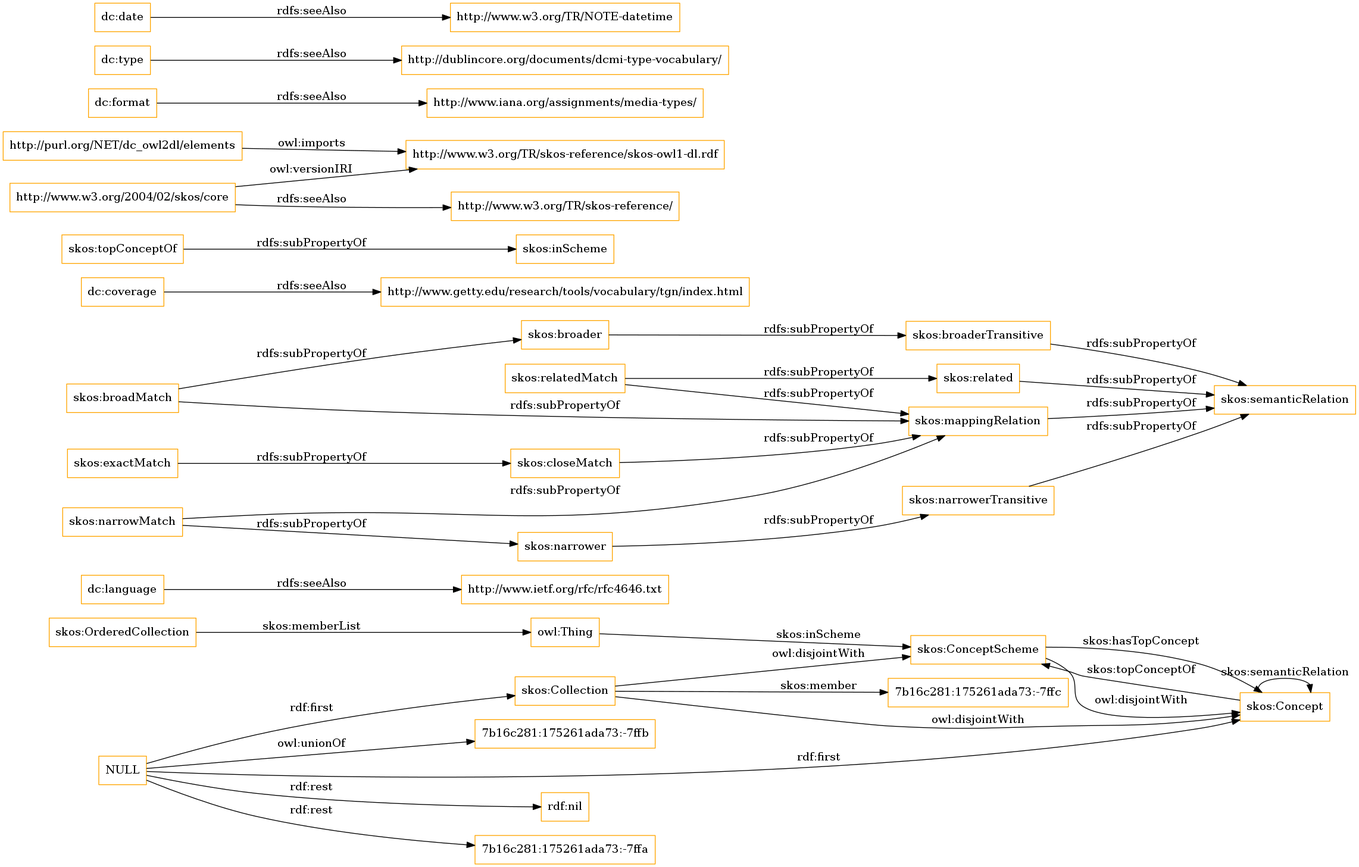
OnToologyUser/core-ontology-1 keeps this Graphviz diagram as OnToology/imports/elements.owl/diagrams/ar2dtool-class/elements.owl.png. Above is the earlier version. Its source is kept beside it as OnToology/imports/elements.owl/diagrams/ar2dtool-class/elements.owl.png.dot.
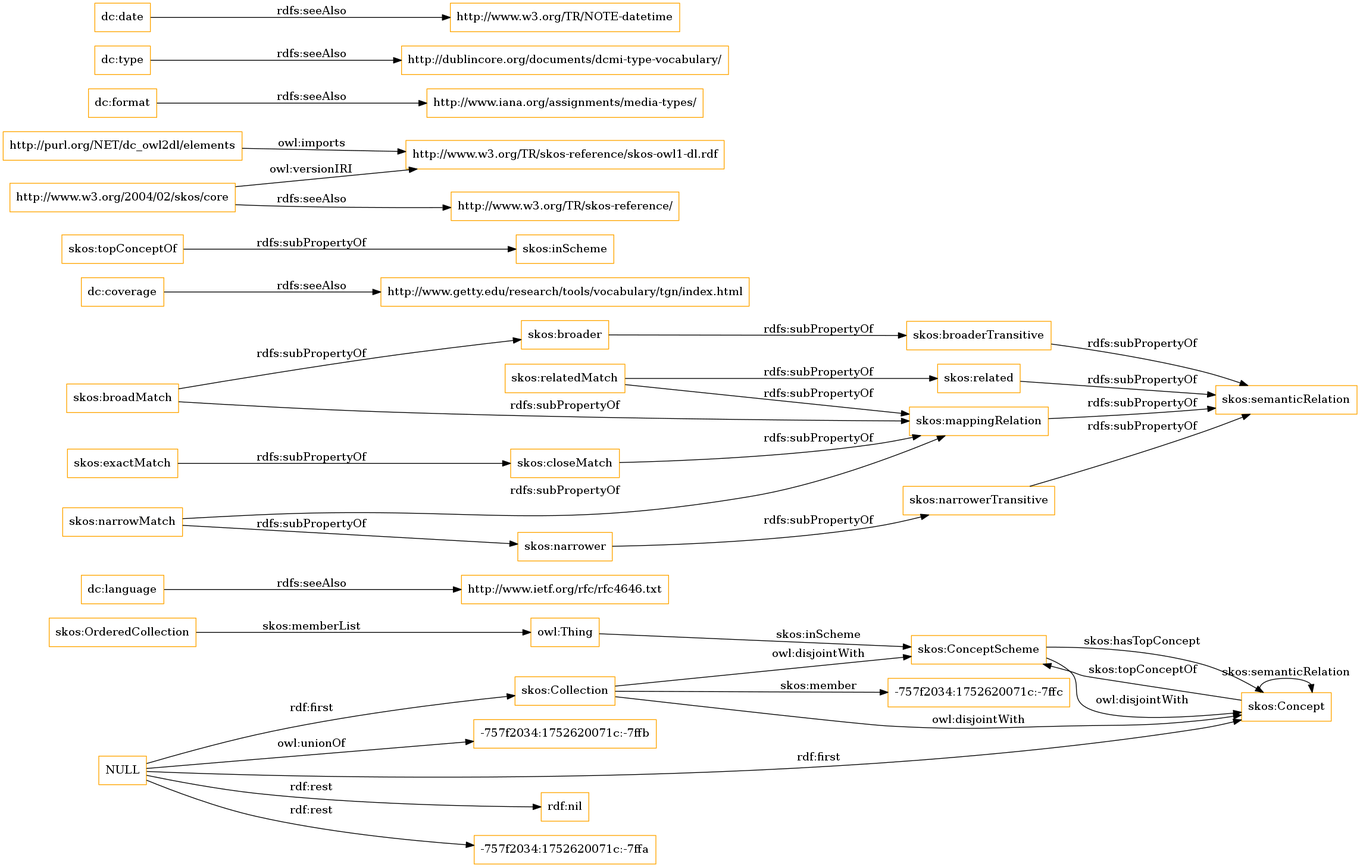
The same file after the commit.

What changed in the source:
```diff
@@ -1,13 +1,13 @@
 digraph ar2dtool_diagram {
 rankdir=LR;
 size="1501"
-node [shape = rectangle, color="orange"]; "7b16c281:175261ada73:-7ffc" "skos:OrderedCollection" "skos:Collection" "skos:ConceptScheme" "skos:Concept" ; /*classes style*/
+node [shape = rectangle, color="orange"]; "-757f2034:1752620071c:-7ffc" "skos:OrderedCollection" "skos:Collection" "skos:ConceptScheme" "skos:Concept" ; /*classes style*/
 	"dc:language" -> "http://www.ietf.org/rfc/rfc4646.txt" [ label = "rdfs:seeAlso" ];
 	"NULL" -> "rdf:nil" [ label = "rdf:rest" ];
 	"NULL" -> "skos:Collection" [ label = "rdf:first" ];
-	"NULL" -> "7b16c281:175261ada73:-7ffa" [ label = "rdf:rest" ];
+	"NULL" -> "-757f2034:1752620071c:-7ffa" [ label = "rdf:rest" ];
 	"NULL" -> "skos:Concept" [ label = "rdf:first" ];
-	"NULL" -> "7b16c281:175261ada73:-7ffb" [ label = "owl:unionOf" ];
+	"NULL" -> "-757f2034:1752620071c:-7ffb" [ label = "owl:unionOf" ];
 	"skos:closeMatch" -> "skos:mappingRelation" [ label = "rdfs:subPropertyOf" ];
 	"dc:coverage" -> "http://www.getty.edu/research/tools/vocabulary/tgn/index.html" [ label = "rdfs:seeAlso" ];
 	"skos:relatedMatch" -> "skos:related" [ label = "rdfs:subPropertyOf" ];
@@ -36,7 +36,7 @@
 	"skos:OrderedCollection" -> "owl:Thing" [ label = "skos:memberList" ];
 	"skos:Concept" -> "skos:ConceptScheme" [ label = "skos:topConceptOf" ];
 	"skos:Concept" -> "skos:Concept" [ label = "skos:semanticRelation" ];
-	"skos:Collection" -> "7b16c281:175261ada73:-7ffc" [ label = "skos:member" ];
+	"skos:Collection" -> "-757f2034:1752620071c:-7ffc" [ label = "skos:member" ];
 	"skos:ConceptScheme" -> "skos:Concept" [ label = "skos:hasTopConcept" ];
 	"owl:Thing" -> "skos:ConceptScheme" [ label = "skos:inScheme" ];
 
```
